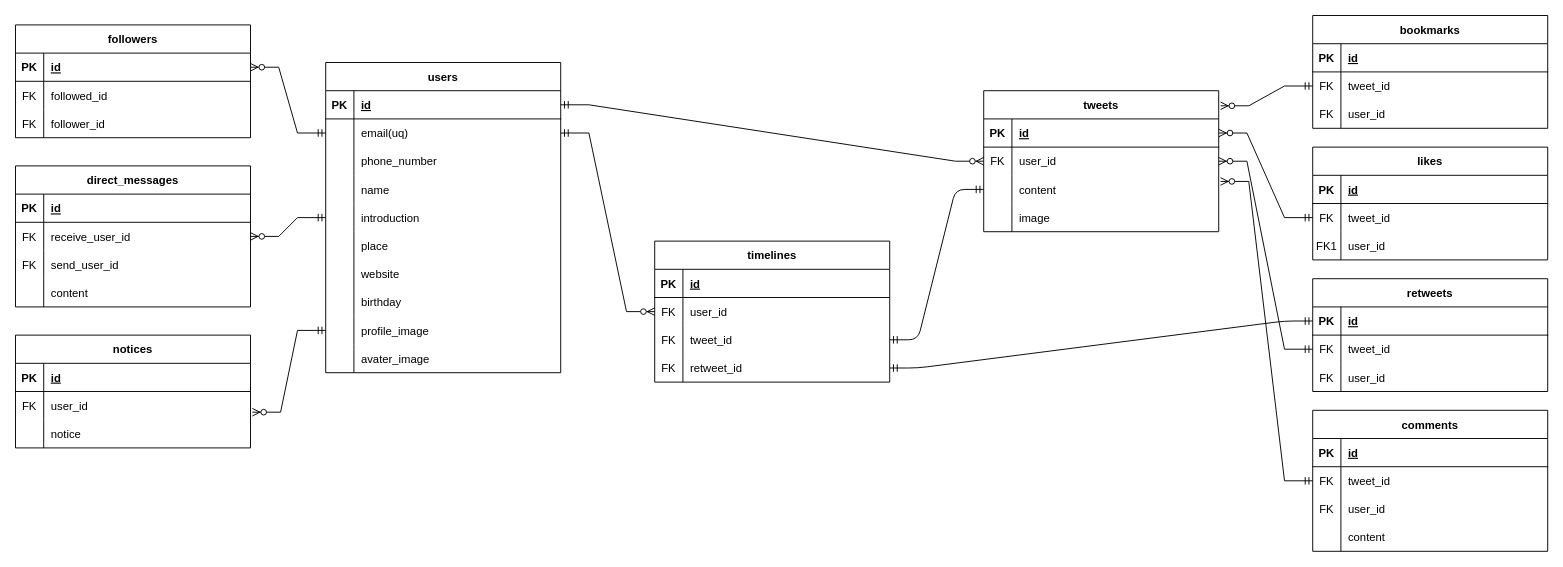
Before: twitter_draft.drawio in hie3-336/rails_twitter, a draw.io diagram. Source tidied: cells renumbered, new cells numbered last; positions are measured from the earlier drawing's top-left corner, leaving out a move shared by most shapes. Both pictures are drawn from the tidied source at 94%, with x=0, y=0 at pixel (15, 15).
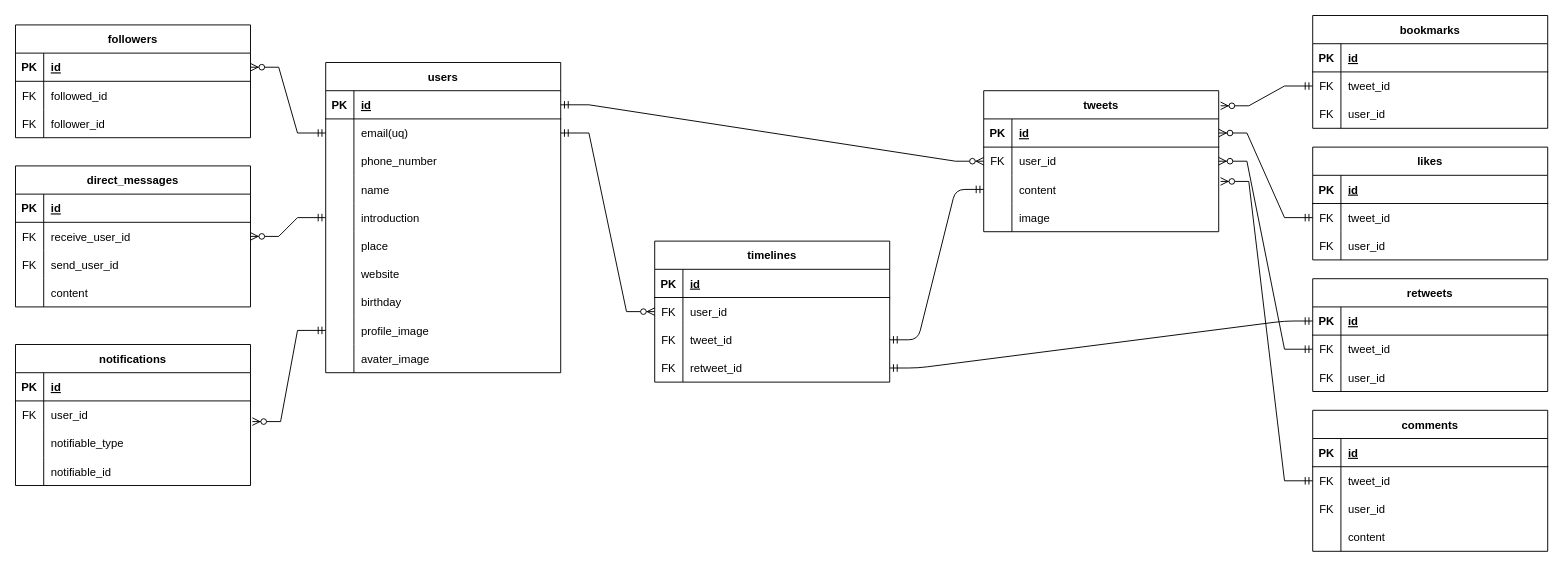
The same page after the edit.

Unchanged cells that the change refers to:
```xml
<mxCell id="53" style="shape=partialRectangle;fillColor=none;top=0;left=0;right=0;bottom=0;" parent="46" vertex="1">
  <mxGeometry y="90" width="250" height="30" as="geometry" />
</mxCell>
<mxCell id="106" style="shape=partialRectangle;fillColor=none;top=0;left=0;right=0;bottom=0;" parent="99" vertex="1">
  <mxGeometry y="90" width="250" height="30" as="geometry" />
</mxCell>
```

The edit, as a diff of the source:
```diff
@@
-    <mxCell id="54" value="FK1" style="shape=partialRectangle;overflow=hidden;fillColor=none;top=0;left=0;bottom=0;right=0;" parent="53" vertex="1">
+    <mxCell id="54" value="FK" style="shape=partialRectangle;overflow=hidden;fillColor=none;top=0;left=0;bottom=0;right=0;" parent="53" vertex="1">
       <mxGeometry width="30" height="30" as="geometry" />
     </mxCell>
@@
-    <mxCell id="99" value="notices" style="shape=table;startSize=30;childLayout=tableLayout;rowLines=0;fontStyle=1;align=center;" parent="1" vertex="1">
-      <mxGeometry y="340" width="250" height="120" as="geometry" />
+    <mxCell id="99" value="notifications" style="shape=table;startSize=30;childLayout=tableLayout;rowLines=0;fontStyle=1;align=center;" parent="1" vertex="1">
+      <mxGeometry y="350" width="250" height="150" as="geometry" />
     </mxCell>
@@
-    <mxCell id="108" value="notice" style="shape=partialRectangle;overflow=hidden;fillColor=none;top=0;left=0;bottom=0;right=0;align=left;spacingLeft=6;" parent="106" vertex="1">
+    <mxCell id="108" value="notifiable_type" style="shape=partialRectangle;overflow=hidden;fillColor=none;top=0;left=0;bottom=0;right=0;align=left;spacingLeft=6;" parent="106" vertex="1">
       <mxGeometry x="30" width="220" height="30" as="geometry" />
     </mxCell>
+    <mxCell id="146" style="shape=partialRectangle;fillColor=none;top=0;left=0;right=0;bottom=0;" parent="99" vertex="1">
+      <mxGeometry y="120" width="250" height="30" as="geometry" />
+    </mxCell>
+    <mxCell id="147" style="shape=partialRectangle;overflow=hidden;fillColor=none;top=0;left=0;bottom=0;right=0;" parent="146" vertex="1">
+      <mxGeometry width="30" height="30" as="geometry" />
+    </mxCell>
+    <mxCell id="148" value="notifiable_id" style="shape=partialRectangle;overflow=hidden;fillColor=none;top=0;left=0;bottom=0;right=0;align=left;spacingLeft=6;" parent="146" vertex="1">
+      <mxGeometry x="30" width="220" height="30" as="geometry" />
+    </mxCell>
```
